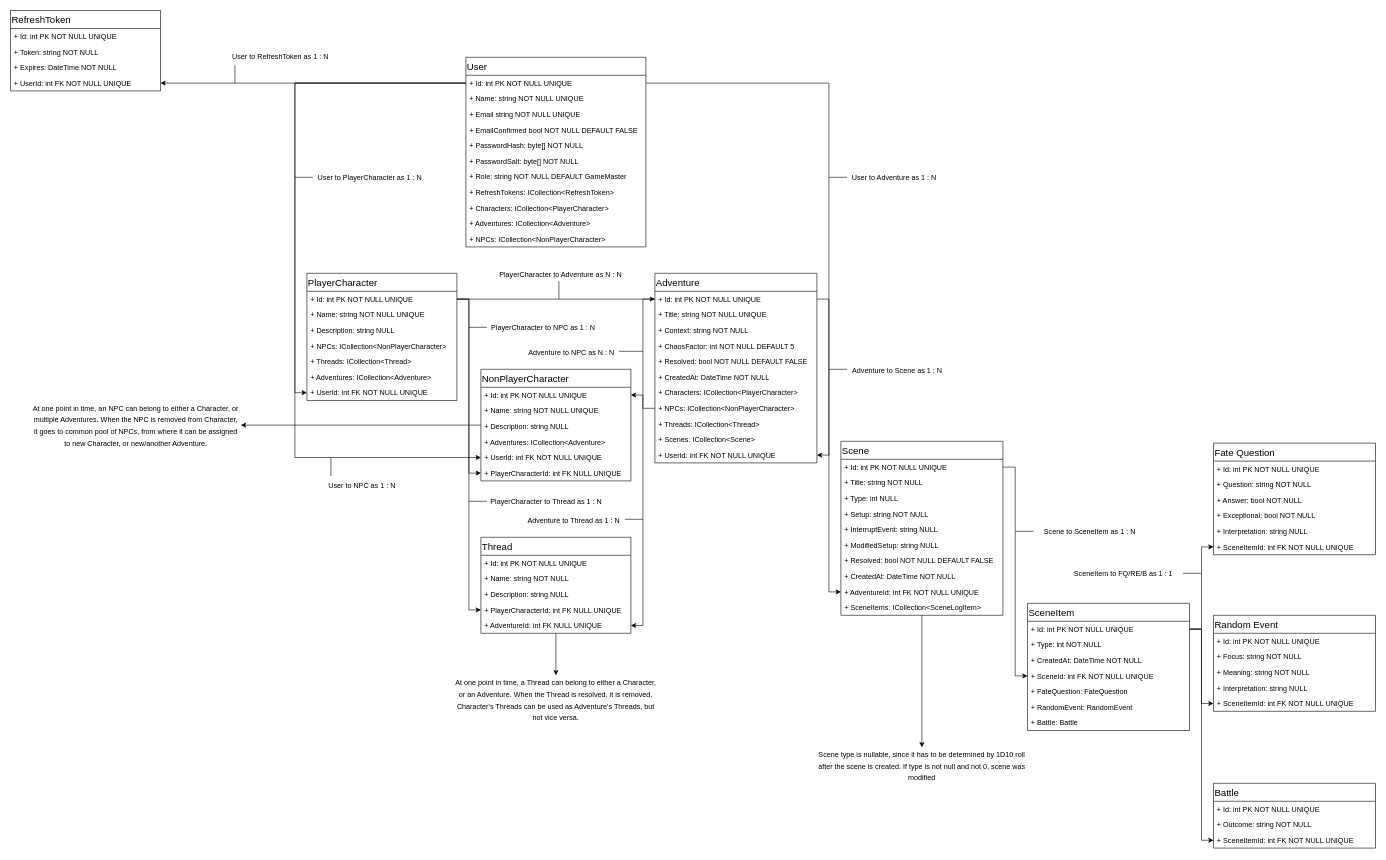
Earlier version of the draw.io diagram page "Data Structure" (3 of 3) of docs/UI Flow and Data Structure.drawio (StanisKo/MGME). Source tidied: cells renumbered, new cells numbered last; positions are measured from the earlier drawing's top-left corner, leaving out a move shared by most shapes. Both pictures are drawn from the tidied source at 60%, with x=0, y=0 at pixel (10, 10).
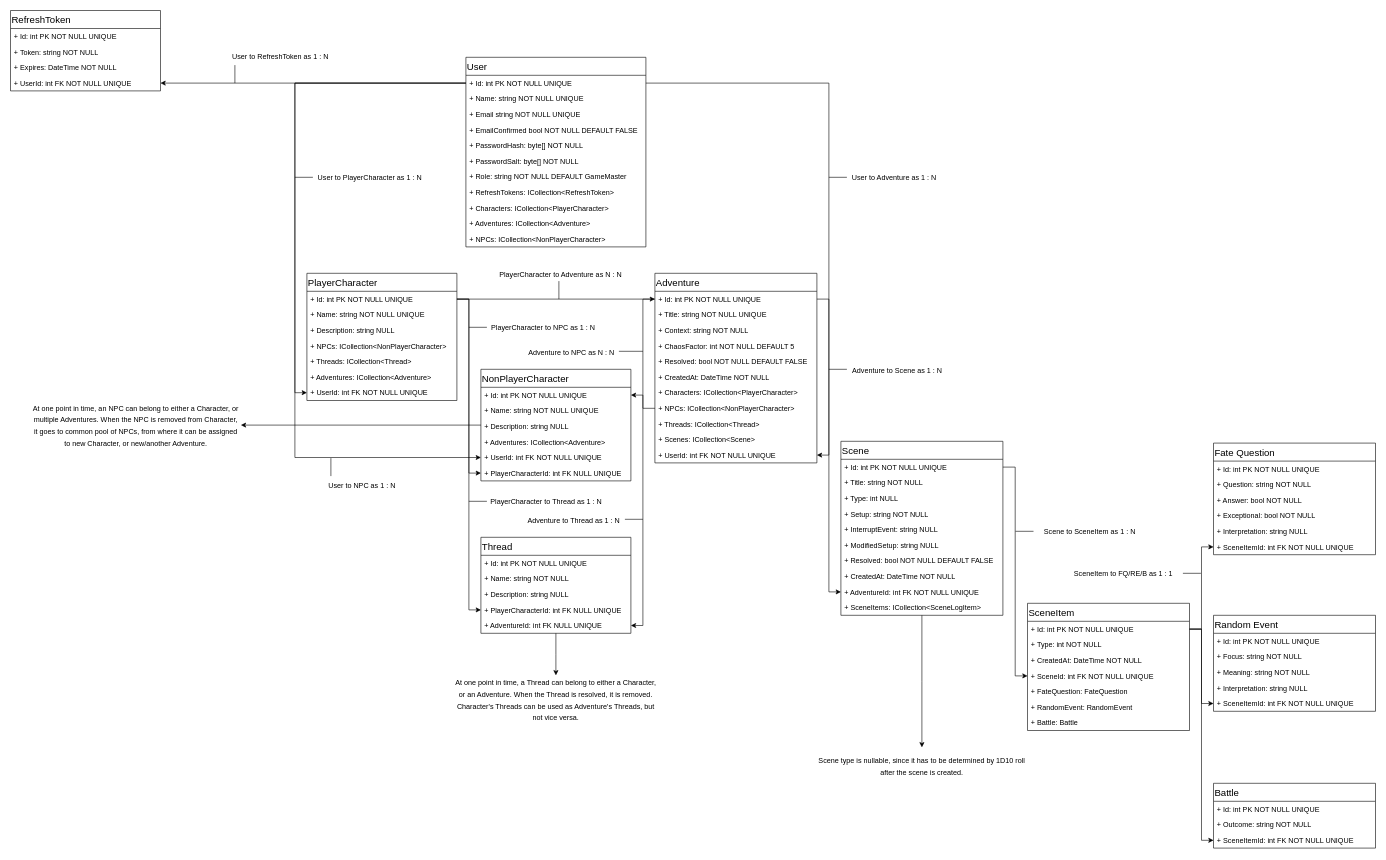
Above is the later version.

Change to the diagram source:
```diff
@@
-    <mxCell id="98" value="&lt;font style=&quot;font-size: 12px&quot;&gt;Scene type is nullable, since it has to be determined by 1D10 roll after the scene is created. If type is not null and not 0, scene was modified&lt;/font&gt;" style="text;html=1;strokeColor=none;fillColor=none;align=center;verticalAlign=middle;whiteSpace=wrap;rounded=0;fontSize=16;fontColor=#000000;" parent="1" vertex="1">
+    <mxCell id="98" value="&lt;font style=&quot;font-size: 12px&quot;&gt;Scene type is nullable, since it has to be determined by 1D10 roll after the scene is created.&lt;/font&gt;" style="text;html=1;strokeColor=none;fillColor=none;align=center;verticalAlign=middle;whiteSpace=wrap;rounded=0;fontSize=16;fontColor=#000000;" parent="1" vertex="1">
       <mxGeometry x="1344" y="1248" width="350" height="20" as="geometry" />
     </mxCell>
```
